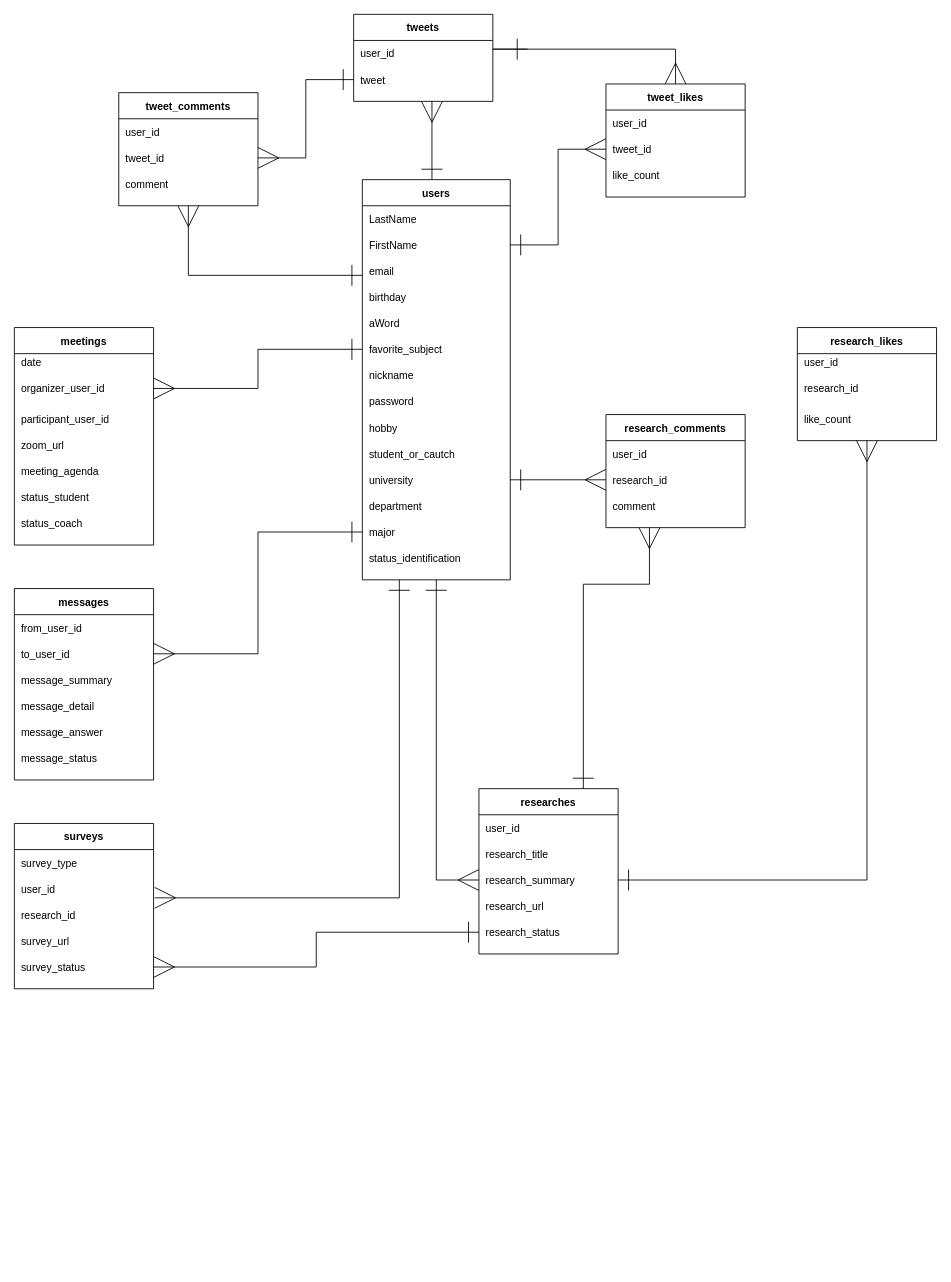
Before: ER.dio in unimarist/tucktter1_app, a draw.io diagram. Source tidied: cells renumbered, new cells numbered last; positions are measured from the earlier drawing's top-left corner, leaving out a move shared by most shapes. Both pictures are drawn from the tidied source at 87%, with x=0, y=0 at pixel (14, 14).
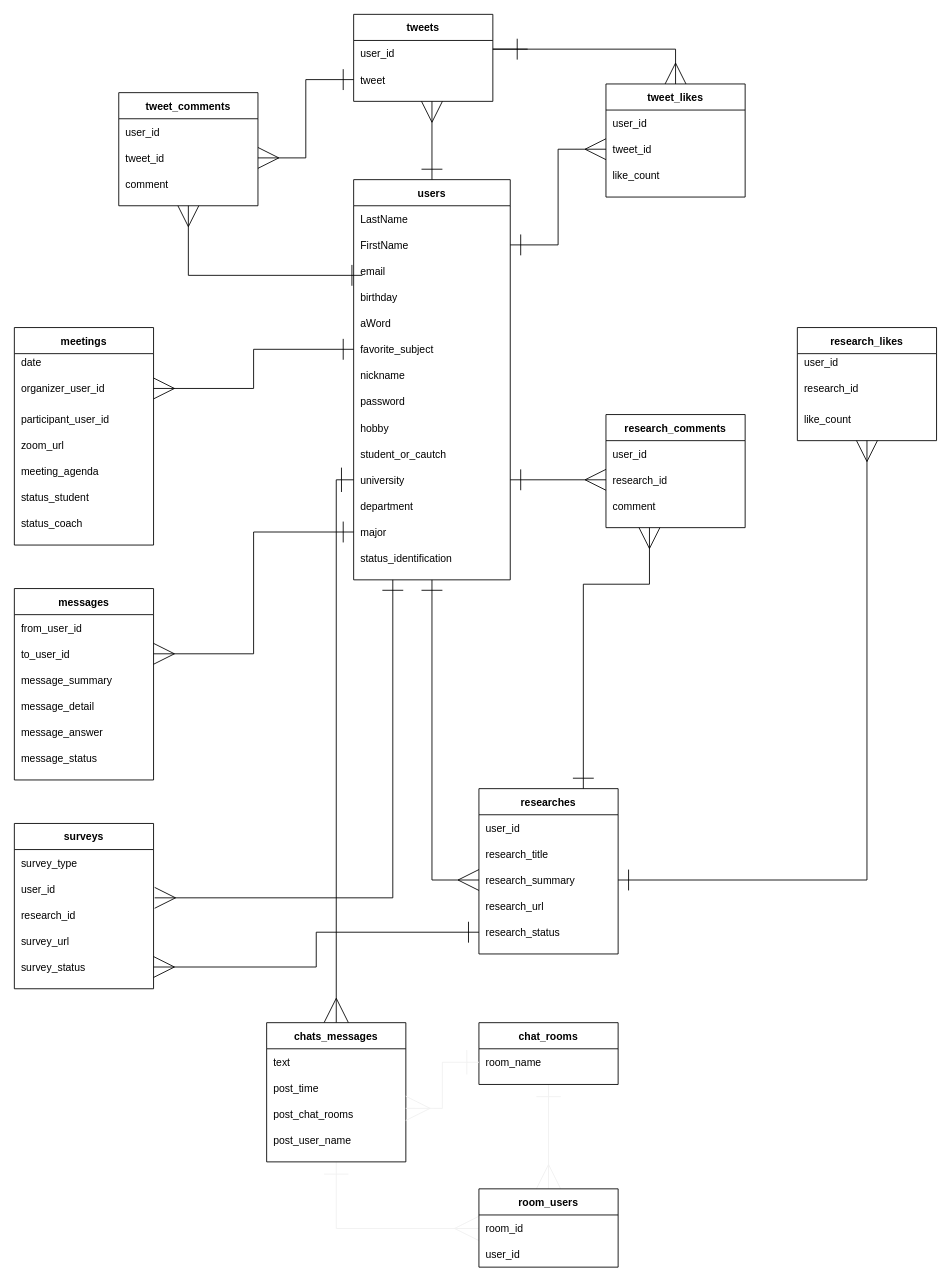
The same page after the edit.

Commit message (it also covers changes not shown here):
チャット機能作成に伴うER図の更新

chat_rooms/chats_messages/room_users
の3つのテーブル作成

What changed in the source:
```diff
@@
+    <mxCell id="127" style="rounded=0;jettySize=auto;html=1;exitX=0;exitY=0.75;exitDx=0;exitDy=0;entryX=0.5;entryY=0;entryDx=0;entryDy=0;endArrow=ERmany;endFill=0;endSize=26;startSize=26;edgeStyle=orthogonalEdgeStyle;startArrow=ERone;startFill=0;" parent="1" edge="1" source="5" target="129">
+      <mxGeometry relative="1" as="geometry">
+        <Array as="points">
+          <mxPoint x="370" y="535" />
+        </Array>
+      </mxGeometry>
+    </mxCell>
     <mxCell id="5" value="users" style="shape=table;startSize=30;childLayout=tableLayout;rowLines=0;fontStyle=1;align=center;shadow=0;" parent="1" vertex="1">
-      <mxGeometry x="400" y="190" width="170" height="460" as="geometry" />
+      <mxGeometry x="390" y="190" width="180" height="460" as="geometry" />
     </mxCell>
     <mxCell id="6" style="shape=partialRectangle;fillColor=none;top=0;left=0;bottom=0;right=0;" parent="5" vertex="1">
-      <mxGeometry y="30" width="170" height="30" as="geometry" />
+      <mxGeometry y="30" width="180" height="30" as="geometry" />
     </mxCell>
     <mxCell id="7" value="LastName" style="shape=partialRectangle;fillColor=none;top=0;left=0;bottom=0;right=0;align=left;spacingLeft=6;overflow=hidden;" parent="6" vertex="1">
-      <mxGeometry width="170" height="30" as="geometry" />
+      <mxGeometry width="180" height="30" as="geometry" />
     </mxCell>
     <mxCell id="8" style="shape=partialRectangle;fillColor=none;top=0;left=0;bottom=0;right=0;points=[[0,0.5],[1,0.5]];portConstraint=eastwest;" parent="5" vertex="1">
-      <mxGeometry y="60" width="170" height="30" as="geometry" />
+      <mxGeometry y="60" width="180" height="30" as="geometry" />
     </mxCell>
     <mxCell id="9" value="FirstName" style="shape=partialRectangle;fillColor=none;top=0;left=0;bottom=0;right=0;align=left;spacingLeft=6;overflow=hidden;" parent="8" vertex="1">
-      <mxGeometry width="170" height="30" as="geometry" />
+      <mxGeometry width="180" height="30" as="geometry" />
     </mxCell>
     <mxCell id="10" style="shape=partialRectangle;fillColor=none;top=0;left=0;bottom=0;right=0;" parent="5" vertex="1">
-      <mxGeometry y="90" width="170" height="30" as="geometry" />
+      <mxGeometry y="90" width="180" height="30" as="geometry" />
     </mxCell>
     <mxCell id="11" value="email" style="shape=partialRectangle;fillColor=none;top=0;left=0;bottom=0;right=0;align=left;spacingLeft=6;overflow=hidden;" parent="10" vertex="1">
-      <mxGeometry width="170" height="30" as="geometry" />
+      <mxGeometry width="180" height="30" as="geometry" />
     </mxCell>
     <mxCell id="12" style="shape=partialRectangle;fillColor=none;top=0;left=0;bottom=0;right=0;" parent="5" vertex="1">
-      <mxGeometry y="120" width="170" height="30" as="geometry" />
+      <mxGeometry y="120" width="180" height="30" as="geometry" />
     </mxCell>
     <mxCell id="13" value="birthday" style="shape=partialRectangle;fillColor=none;top=0;left=0;bottom=0;right=0;align=left;spacingLeft=6;overflow=hidden;" parent="12" vertex="1">
-      <mxGeometry width="170" height="30" as="geometry" />
+      <mxGeometry width="180" height="30" as="geometry" />
     </mxCell>
     <mxCell id="14" style="shape=partialRectangle;fillColor=none;top=0;left=0;bottom=0;right=0;" parent="5" vertex="1">
-      <mxGeometry y="150" width="170" height="30" as="geometry" />
+      <mxGeometry y="150" width="180" height="30" as="geometry" />
     </mxCell>
     <mxCell id="15" value="aWord" style="shape=partialRectangle;fillColor=none;top=0;left=0;bottom=0;right=0;align=left;spacingLeft=6;overflow=hidden;" parent="14" vertex="1">
-      <mxGeometry width="170" height="30" as="geometry" />
+      <mxGeometry width="180" height="30" as="geometry" />
     </mxCell>
     <mxCell id="16" style="shape=partialRectangle;fillColor=none;top=0;left=0;bottom=0;right=0;points=[[0,0.5],[1,0.5]];portConstraint=eastwest;" parent="5" vertex="1">
-      <mxGeometry y="180" width="170" height="30" as="geometry" />
+      <mxGeometry y="180" width="180" height="30" as="geometry" />
     </mxCell>
     <mxCell id="17" value="favorite_subject" style="shape=partialRectangle;fillColor=none;top=0;left=0;bottom=0;right=0;align=left;spacingLeft=6;overflow=hidden;" parent="16" vertex="1">
-      <mxGeometry width="170" height="30" as="geometry" />
+      <mxGeometry width="180" height="30" as="geometry" />
     </mxCell>
     <mxCell id="18" style="shape=partialRectangle;fillColor=none;top=0;left=0;bottom=0;right=0;" parent="5" vertex="1">
-      <mxGeometry y="210" width="170" height="30" as="geometry" />
+      <mxGeometry y="210" width="180" height="30" as="geometry" />
     </mxCell>
     <mxCell id="19" value="nickname" style="shape=partialRectangle;fillColor=none;top=0;left=0;bottom=0;right=0;align=left;spacingLeft=6;overflow=hidden;" parent="18" vertex="1">
-      <mxGeometry width="170" height="30" as="geometry" />
+      <mxGeometry width="180" height="30" as="geometry" />
     </mxCell>
     <mxCell id="20" style="shape=partialRectangle;fillColor=none;top=0;left=0;bottom=0;right=0;" parent="5" vertex="1">
-      <mxGeometry y="240" width="170" height="30" as="geometry" />
+      <mxGeometry y="240" width="180" height="30" as="geometry" />
     </mxCell>
     <mxCell id="21" value="password" style="shape=partialRectangle;fillColor=none;top=0;left=0;bottom=0;right=0;align=left;spacingLeft=6;overflow=hidden;" parent="20" vertex="1">
-      <mxGeometry width="170" height="30" as="geometry" />
+      <mxGeometry width="180" height="30" as="geometry" />
     </mxCell>
     <mxCell id="22" style="shape=partialRectangle;fillColor=none;top=0;left=0;bottom=0;right=0;" parent="5" vertex="1">
-      <mxGeometry y="270" width="170" height="30" as="geometry" />
+      <mxGeometry y="270" width="180" height="30" as="geometry" />
     </mxCell>
     <mxCell id="23" value="hobby" style="shape=partialRectangle;fillColor=none;top=0;left=0;bottom=0;right=0;align=left;spacingLeft=6;overflow=hidden;" parent="22" vertex="1">
-      <mxGeometry width="170" height="30" as="geometry" />
+      <mxGeometry width="180" height="30" as="geometry" />
     </mxCell>
     <mxCell id="24" style="shape=partialRectangle;fillColor=none;top=0;left=0;bottom=0;right=0;" parent="5" vertex="1">
-      <mxGeometry y="300" width="170" height="30" as="geometry" />
+      <mxGeometry y="300" width="180" height="30" as="geometry" />
     </mxCell>
     <mxCell id="25" value="student_or_cautch" style="shape=partialRectangle;fillColor=none;top=0;left=0;bottom=0;right=0;align=left;spacingLeft=6;overflow=hidden;" parent="24" vertex="1">
-      <mxGeometry width="170" height="30" as="geometry" />
+      <mxGeometry width="180" height="30" as="geometry" />
     </mxCell>
     <mxCell id="26" style="shape=partialRectangle;fillColor=none;top=0;left=0;bottom=0;right=0;points=[[0,0.5],[1,0.5]];portConstraint=eastwest;" parent="5" vertex="1">
-      <mxGeometry y="330" width="170" height="30" as="geometry" />
+      <mxGeometry y="330" width="180" height="30" as="geometry" />
     </mxCell>
     <mxCell id="27" value="university" style="shape=partialRectangle;fillColor=none;top=0;left=0;bottom=0;right=0;align=left;spacingLeft=6;overflow=hidden;" parent="26" vertex="1">
-      <mxGeometry width="170" height="30" as="geometry" />
+      <mxGeometry width="180" height="30" as="geometry" />
     </mxCell>
     <mxCell id="28" style="shape=partialRectangle;fillColor=none;top=0;left=0;bottom=0;right=0;" parent="5" vertex="1">
-      <mxGeometry y="360" width="170" height="30" as="geometry" />
+      <mxGeometry y="360" width="180" height="30" as="geometry" />
     </mxCell>
     <mxCell id="29" value="department" style="shape=partialRectangle;fillColor=none;top=0;left=0;bottom=0;right=0;align=left;spacingLeft=6;overflow=hidden;" parent="28" vertex="1">
-      <mxGeometry width="170" height="30" as="geometry" />
+      <mxGeometry width="180" height="30" as="geometry" />
     </mxCell>
     <mxCell id="30" style="shape=partialRectangle;fillColor=none;top=0;left=0;bottom=0;right=0;points=[[0,0.5],[1,0.5]];portConstraint=eastwest;" parent="5" vertex="1">
-      <mxGeometry y="390" width="170" height="30" as="geometry" />
+      <mxGeometry y="390" width="180" height="30" as="geometry" />
     </mxCell>
     <mxCell id="31" value="major" style="shape=partialRectangle;fillColor=none;top=0;left=0;bottom=0;right=0;align=left;spacingLeft=6;overflow=hidden;" parent="30" vertex="1">
-      <mxGeometry width="170" height="30" as="geometry" />
+      <mxGeometry width="180" height="30" as="geometry" />
     </mxCell>
     <mxCell id="32" style="shape=partialRectangle;fillColor=none;top=0;left=0;bottom=0;right=0;" parent="5" vertex="1">
-      <mxGeometry y="420" width="170" height="30" as="geometry" />
+      <mxGeometry y="420" width="180" height="30" as="geometry" />
     </mxCell>
     <mxCell id="33" value="status_identification" style="shape=partialRectangle;fillColor=none;top=0;left=0;bottom=0;right=0;align=left;spacingLeft=6;overflow=hidden;" parent="32" vertex="1">
-      <mxGeometry width="170" height="30" as="geometry" />
+      <mxGeometry width="180" height="30" as="geometry" />
     </mxCell>
@@
+    <mxCell id="128" style="edgeStyle=orthogonalEdgeStyle;rounded=0;jettySize=auto;html=1;exitX=0.5;exitY=1;exitDx=0;exitDy=0;entryX=0;entryY=0.5;entryDx=0;entryDy=0;startArrow=ERone;startFill=0;endArrow=ERmany;endFill=0;startSize=26;endSize=26;strokeColor=#f0f0f0;" parent="1" edge="1" source="129" target="144">
+      <mxGeometry relative="1" as="geometry" />
+    </mxCell>
+    <mxCell id="129" value="chats_messages" style="shape=table;startSize=30;childLayout=tableLayout;rowLines=0;fontStyle=1;align=center;shadow=0;" parent="1" vertex="1">
+      <mxGeometry x="290" y="1159" width="160" height="160" as="geometry" />
+    </mxCell>
+    <mxCell id="130" style="shape=partialRectangle;fillColor=none;top=0;left=0;bottom=0;right=0;" parent="129" vertex="1">
+      <mxGeometry y="30" width="160" height="30" as="geometry" />
+    </mxCell>
+    <mxCell id="131" value="text" style="shape=partialRectangle;fillColor=none;top=0;left=0;bottom=0;right=0;align=left;spacingLeft=6;overflow=hidden;" parent="130" vertex="1">
+      <mxGeometry width="160" height="30" as="geometry" />
+    </mxCell>
+    <mxCell id="132" style="shape=partialRectangle;fillColor=none;top=0;left=0;bottom=0;right=0;" parent="129" vertex="1">
+      <mxGeometry y="60" width="160" height="30" as="geometry" />
+    </mxCell>
+    <mxCell id="133" value="post_time" style="shape=partialRectangle;fillColor=none;top=0;left=0;bottom=0;right=0;align=left;spacingLeft=6;overflow=hidden;" parent="132" vertex="1">
+      <mxGeometry width="160" height="30" as="geometry" />
+    </mxCell>
+    <mxCell id="134" style="shape=partialRectangle;fillColor=none;top=0;left=0;bottom=0;right=0;points=[[0,0.5],[1,0.5]];portConstraint=eastwest;" parent="129" vertex="1">
+      <mxGeometry y="90" width="160" height="30" as="geometry" />
+    </mxCell>
+    <mxCell id="135" value="post_chat_rooms" style="shape=partialRectangle;fillColor=none;top=0;left=0;bottom=0;right=0;align=left;spacingLeft=6;overflow=hidden;" parent="134" vertex="1">
+      <mxGeometry width="160" height="30" as="geometry" />
+    </mxCell>
+    <mxCell id="136" style="shape=partialRectangle;fillColor=none;top=0;left=0;bottom=0;right=0;" parent="129" vertex="1">
+      <mxGeometry y="120" width="160" height="30" as="geometry" />
+    </mxCell>
+    <mxCell id="137" value="post_user_name" style="shape=partialRectangle;fillColor=none;top=0;left=0;bottom=0;right=0;align=left;spacingLeft=6;overflow=hidden;" parent="136" vertex="1">
+      <mxGeometry width="160" height="30" as="geometry" />
+    </mxCell>
+    <mxCell id="138" style="edgeStyle=orthogonalEdgeStyle;rounded=0;jettySize=auto;html=1;exitX=0.5;exitY=1;exitDx=0;exitDy=0;entryX=0.5;entryY=0;entryDx=0;entryDy=0;startArrow=ERone;startFill=0;endArrow=ERmany;endFill=0;startSize=26;endSize=26;strokeColor=#f0f0f0;" parent="1" edge="1" source="139" target="143">
+      <mxGeometry relative="1" as="geometry" />
+    </mxCell>
+    <mxCell id="139" value="chat_rooms" style="shape=table;startSize=30;childLayout=tableLayout;rowLines=0;fontStyle=1;align=center;shadow=0;" parent="1" vertex="1">
+      <mxGeometry x="534" y="1159" width="160" height="71" as="geometry" />
+    </mxCell>
+    <mxCell id="140" style="shape=partialRectangle;fillColor=none;top=0;left=0;bottom=0;right=0;points=[[0,0.5],[1,0.5]];portConstraint=eastwest;" parent="139" vertex="1">
+      <mxGeometry y="30" width="160" height="31" as="geometry" />
+    </mxCell>
+    <mxCell id="141" value="room_name" style="shape=partialRectangle;fillColor=none;top=0;left=0;bottom=0;right=0;align=left;spacingLeft=6;overflow=hidden;" parent="140" vertex="1">
+      <mxGeometry width="160" height="31" as="geometry" />
+    </mxCell>
+    <mxCell id="142" style="edgeStyle=orthogonalEdgeStyle;rounded=0;jettySize=auto;html=1;exitX=0;exitY=0.5;exitDx=0;exitDy=0;entryX=0.999;entryY=0.282;entryDx=0;entryDy=0;entryPerimeter=0;startArrow=ERone;startFill=0;endArrow=ERmany;endFill=0;startSize=26;endSize=26;strokeColor=#f0f0f0;" parent="1" edge="1" source="140" target="134">
+      <mxGeometry relative="1" as="geometry" />
+    </mxCell>
+    <mxCell id="143" value="room_users" style="shape=table;startSize=30;childLayout=tableLayout;rowLines=0;fontStyle=1;align=center;shadow=0;" parent="1" vertex="1">
+      <mxGeometry x="534" y="1350" width="160" height="90" as="geometry" />
+    </mxCell>
+    <mxCell id="144" style="shape=partialRectangle;fillColor=none;top=0;left=0;bottom=0;right=0;points=[[0,0.5],[1,0.5]];portConstraint=eastwest;" parent="143" vertex="1">
+      <mxGeometry y="30" width="160" height="31" as="geometry" />
+    </mxCell>
+    <mxCell id="145" value="room_id" style="shape=partialRectangle;fillColor=none;top=0;left=0;bottom=0;right=0;align=left;spacingLeft=6;overflow=hidden;" parent="144" vertex="1">
+      <mxGeometry width="160" height="31" as="geometry" />
+    </mxCell>
+    <mxCell id="146" style="shape=partialRectangle;fillColor=none;top=0;left=0;bottom=0;right=0;" parent="1" vertex="1">
+      <mxGeometry x="534" y="1409.5" width="160" height="31" as="geometry" />
+    </mxCell>
+    <mxCell id="147" value="user_id" style="shape=partialRectangle;fillColor=none;top=0;left=0;bottom=0;right=0;align=left;spacingLeft=6;overflow=hidden;" parent="146" vertex="1">
+      <mxGeometry width="160" height="31" as="geometry" />
+    </mxCell>
```
